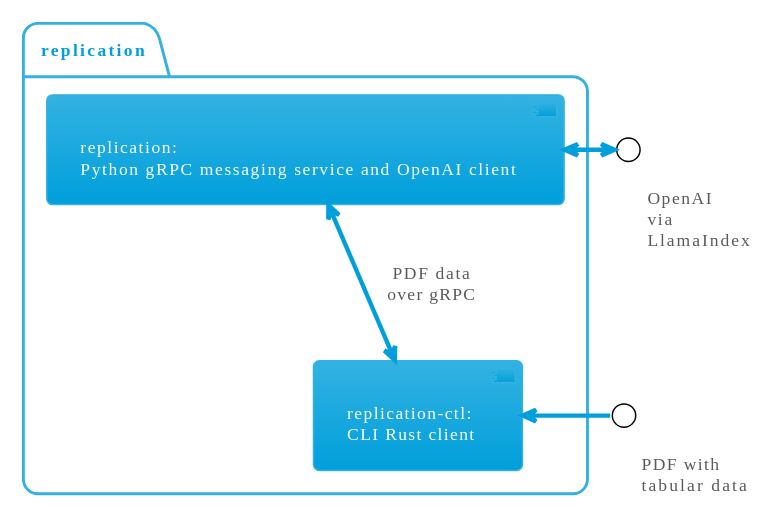
This is design.svg from suchapalaver/replication, a PlantUML export, as it was before one commit.
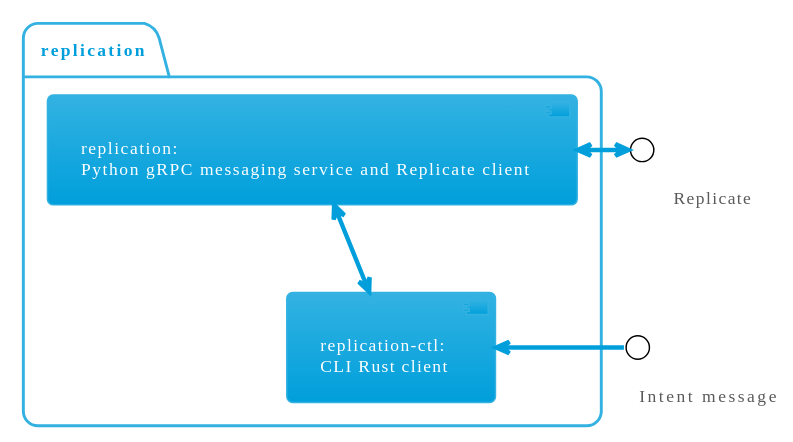
After the commit.

Commit message:
feat: create basic Replicate app

Change to the diagram source:
```diff
@@ -7,11 +7,11 @@
 }
 
 package "replication" {
-  [replication-ctl:\nCLI Rust client] <-up-> [replication:\nPython gRPC messaging service and OpenAI client] : PDF data\nover gRPC
+  [replication-ctl:\nCLI Rust client] <-up-> [replication:\nPython gRPC messaging service and Replicate client]
 }
-interface "\t\t\tOpenAI\n\t\t\tvia\n\t\t\tLlamaIndex" as OpenAI
-[replication:\nPython gRPC messaging service and OpenAI client] <--right--> OpenAI
+interface "\t\t\tReplicate" as Replicate
+[replication:\nPython gRPC messaging service and Replicate client] <--right--> Replicate
 
-interface "\t\t\tPDF with\n\t\t\ttabular data" as PDF
-[replication-ctl:\nCLI Rust client] <--right-- PDF
+interface "\t\t\tIntent message" as Intent
+[replication-ctl:\nCLI Rust client] <--right-- Intent
 @enduml
```
